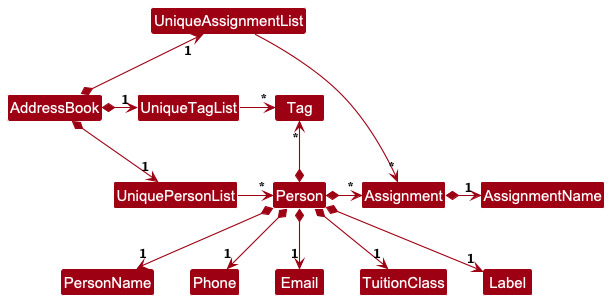
AY2526S1-CS2103T-W14-1/tp keeps this PlantUML diagram as docs/images/BetterModelClassDiagram.png. Above is the earlier version.
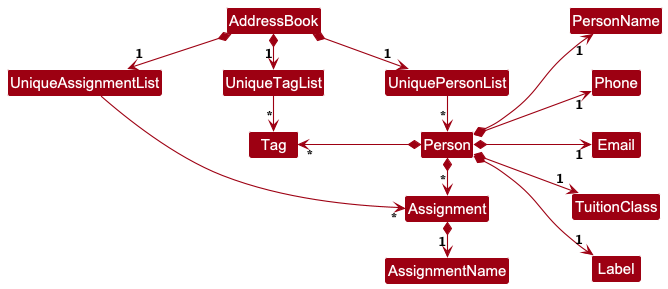
After the commit.

The edit, as a diff of the source:
```diff
@@ -1,5 +1,6 @@
 @startuml
 !include style.puml
+left to right direction
 skinparam arrowThickness 1.1
 skinparam arrowColor MODEL_COLOR
 skinparam classBackgroundColor MODEL_COLOR
@@ -7,7 +8,8 @@
 AddressBook *-right-> "1" UniquePersonList
 AddressBook *-right-> "1" UniqueTagList
 AddressBook *-up-> "1" UniqueAssignmentList
-UniqueTagList -[hidden]down- UniquePersonList
+
+UniqueAssignmentList -[hidden]down- UniqueTagList
 UniqueTagList -[hidden]down- UniquePersonList
 
 UniqueAssignmentList -right-> "*" Assignment
```
